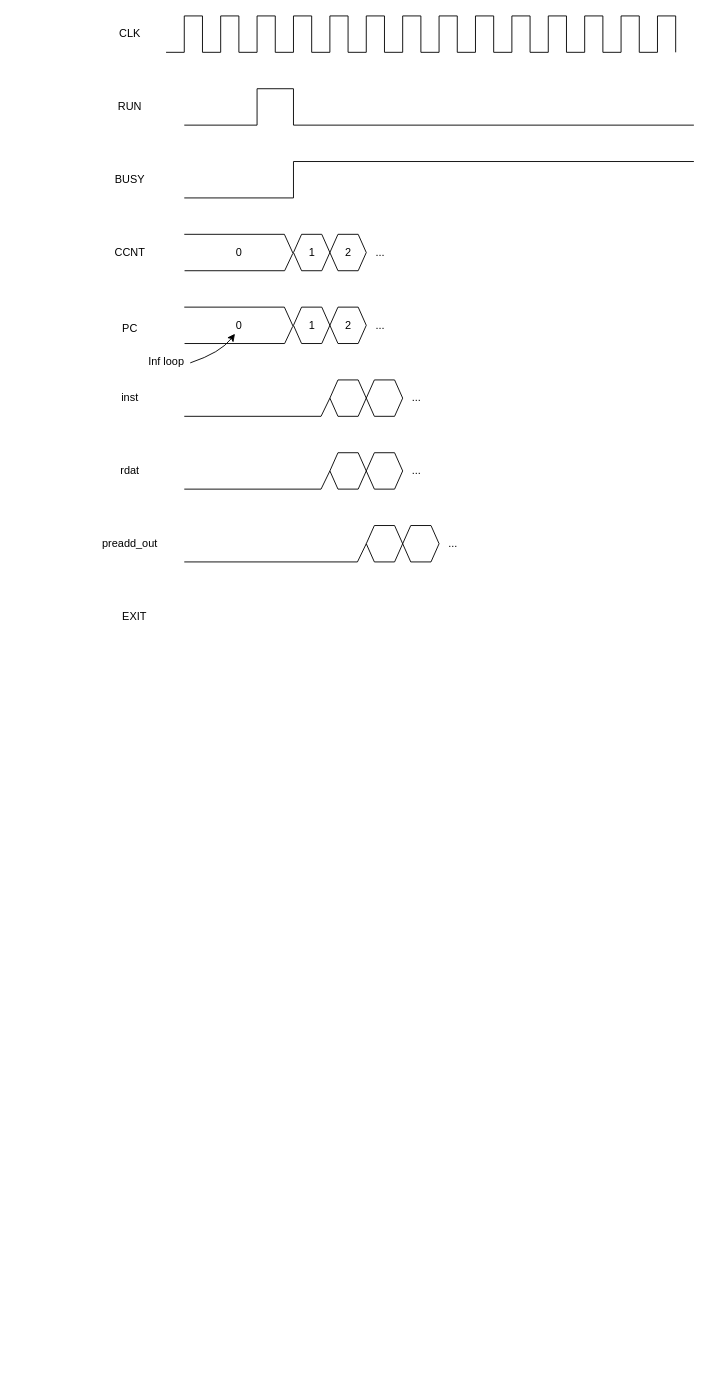
The draw.io diagram page "TimingChart" (4 of 4) of src/fig.dio in ankoman/HTBPA, before the edit. Source tidied: cells renumbered, new cells numbered last; positions are measured from the earlier drawing's top-left corner, leaving out a move shared by most shapes. Both pictures are drawn from the tidied source at 91%, with x=0, y=0 at pixel (93, 15).
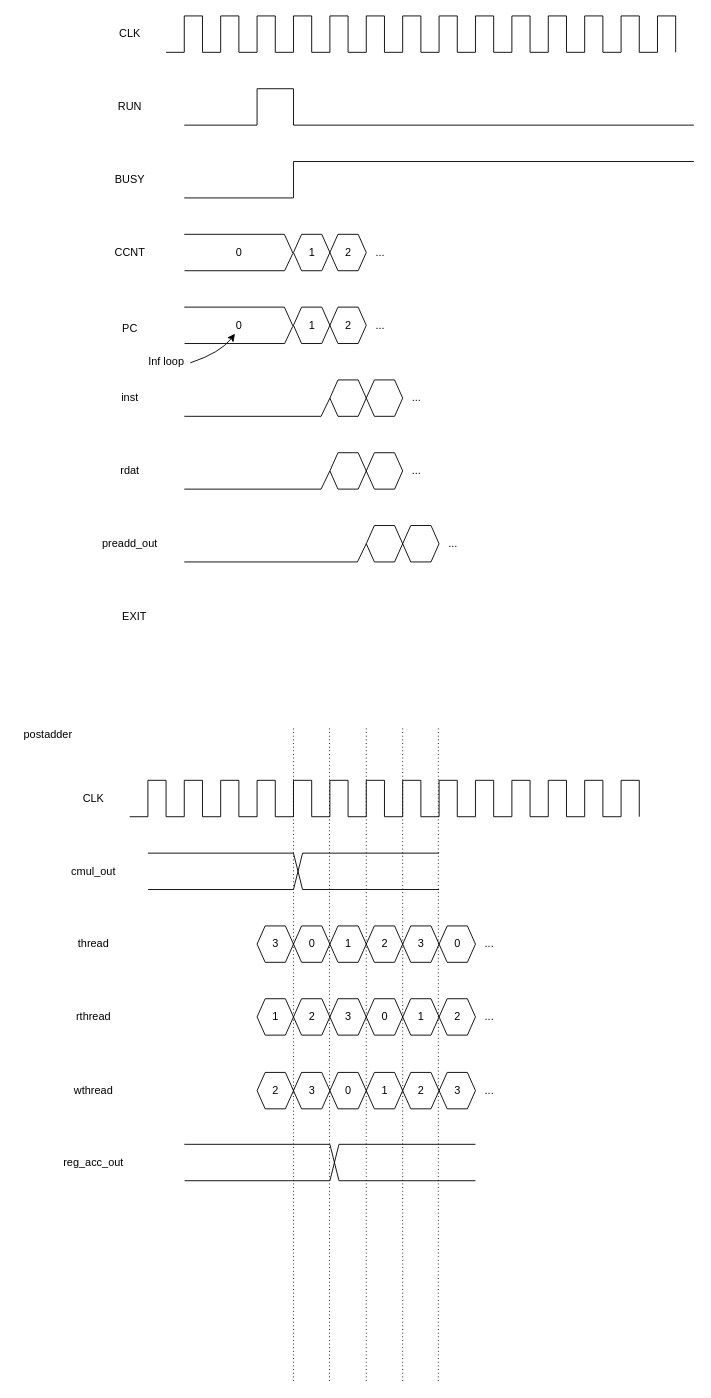
The same page after the edit.

The edit, as a diff of the source:
```diff
@@
+    <mxCell id="50" style="verticalLabelPosition=bottom;shadow=0;dashed=0;align=center;html=1;verticalAlign=top;shape=mxgraph.electrical.waveforms.slow_square_wave;" parent="1" vertex="1">
+      <mxGeometry x="180" y="1080" width="80" height="40" as="geometry" />
+    </mxCell>
+    <mxCell id="51" style="verticalLabelPosition=bottom;shadow=0;dashed=0;align=center;html=1;verticalAlign=top;shape=mxgraph.electrical.waveforms.slow_square_wave;flipV=1;" parent="1" vertex="1">
+      <mxGeometry x="180" y="1080" width="80" height="40" as="geometry" />
+    </mxCell>
@@
+    <mxCell id="52" style="endArrow=none;html=1;rounded=0;" parent="1" edge="1">
+      <mxGeometry relative="1" as="geometry">
+        <mxPoint x="40" y="880" as="sourcePoint" />
+        <mxPoint x="120" y="880" as="targetPoint" />
+        <Array as="points">
+          <mxPoint x="60" y="880" />
+          <mxPoint x="60" y="840" />
+          <mxPoint x="80" y="840" />
+          <mxPoint x="80" y="880" />
+          <mxPoint x="100" y="880" />
+          <mxPoint x="100" y="840" />
+          <mxPoint x="120" y="840" />
+          <mxPoint x="120" y="880" />
+        </Array>
+      </mxGeometry>
+    </mxCell>
+    <mxCell id="53" value="CLK" style="text;html=1;align=center;verticalAlign=middle;strokeColor=none;fillColor=none;" parent="1" vertex="1">
+      <mxGeometry x="-20" y="850" width="40" height="20" as="geometry" />
+    </mxCell>
+    <mxCell id="54" style="endArrow=none;html=1;rounded=0;" parent="1" edge="1">
+      <mxGeometry relative="1" as="geometry">
+        <mxPoint x="120" y="880" as="sourcePoint" />
+        <mxPoint x="200" y="880" as="targetPoint" />
+        <Array as="points">
+          <mxPoint x="140" y="880" />
+          <mxPoint x="140" y="840" />
+          <mxPoint x="160" y="840" />
+          <mxPoint x="160" y="880" />
+          <mxPoint x="180" y="880" />
+          <mxPoint x="180" y="840" />
+          <mxPoint x="200" y="840" />
+          <mxPoint x="200" y="880" />
+        </Array>
+      </mxGeometry>
+    </mxCell>
+    <mxCell id="55" style="endArrow=none;html=1;rounded=0;" parent="1" edge="1">
+      <mxGeometry relative="1" as="geometry">
+        <mxPoint x="200" y="880" as="sourcePoint" />
+        <mxPoint x="280" y="880" as="targetPoint" />
+        <Array as="points">
+          <mxPoint x="220" y="880" />
+          <mxPoint x="220" y="840" />
+          <mxPoint x="240" y="840" />
+          <mxPoint x="240" y="880" />
+          <mxPoint x="260" y="880" />
+          <mxPoint x="260" y="840" />
+          <mxPoint x="280" y="840" />
+          <mxPoint x="280" y="880" />
+        </Array>
+      </mxGeometry>
+    </mxCell>
+    <mxCell id="56" style="endArrow=none;html=1;rounded=0;" parent="1" edge="1">
+      <mxGeometry relative="1" as="geometry">
+        <mxPoint x="280" y="880" as="sourcePoint" />
+        <mxPoint x="360" y="880" as="targetPoint" />
+        <Array as="points">
+          <mxPoint x="300" y="880" />
+          <mxPoint x="300" y="840" />
+          <mxPoint x="320" y="840" />
+          <mxPoint x="320" y="880" />
+          <mxPoint x="340" y="880" />
+          <mxPoint x="340" y="840" />
+          <mxPoint x="360" y="840" />
+          <mxPoint x="360" y="880" />
+        </Array>
+      </mxGeometry>
+    </mxCell>
+    <mxCell id="57" style="endArrow=none;html=1;rounded=0;" parent="1" edge="1">
+      <mxGeometry relative="1" as="geometry">
+        <mxPoint x="360" y="880" as="sourcePoint" />
+        <mxPoint x="440" y="880" as="targetPoint" />
+        <Array as="points">
+          <mxPoint x="380" y="880" />
+          <mxPoint x="380" y="840" />
+          <mxPoint x="400" y="840" />
+          <mxPoint x="400" y="880" />
+          <mxPoint x="420" y="880" />
+          <mxPoint x="420" y="840" />
+          <mxPoint x="440" y="840" />
+          <mxPoint x="440" y="880" />
+        </Array>
+      </mxGeometry>
+    </mxCell>
+    <mxCell id="58" style="endArrow=none;html=1;rounded=0;" parent="1" edge="1">
+      <mxGeometry relative="1" as="geometry">
+        <mxPoint x="440" y="880" as="sourcePoint" />
+        <mxPoint x="520" y="880" as="targetPoint" />
+        <Array as="points">
+          <mxPoint x="460" y="880" />
+          <mxPoint x="460" y="840" />
+          <mxPoint x="480" y="840" />
+          <mxPoint x="480" y="880" />
+          <mxPoint x="500" y="880" />
+          <mxPoint x="500" y="840" />
+          <mxPoint x="520" y="840" />
+          <mxPoint x="520" y="880" />
+        </Array>
+      </mxGeometry>
+    </mxCell>
+    <mxCell id="59" style="endArrow=none;html=1;rounded=0;" parent="1" edge="1">
+      <mxGeometry relative="1" as="geometry">
+        <mxPoint x="520" y="880" as="sourcePoint" />
+        <mxPoint x="600" y="880" as="targetPoint" />
+        <Array as="points">
+          <mxPoint x="540" y="880" />
+          <mxPoint x="540" y="840" />
+          <mxPoint x="560" y="840" />
+          <mxPoint x="560" y="880" />
+          <mxPoint x="580" y="880" />
+          <mxPoint x="580" y="840" />
+          <mxPoint x="600" y="840" />
+          <mxPoint x="600" y="880" />
+        </Array>
+      </mxGeometry>
+    </mxCell>
+    <mxCell id="60" value="cmul_out" style="text;html=1;align=center;verticalAlign=middle;strokeColor=none;fillColor=none;" parent="1" vertex="1">
+      <mxGeometry x="-30" y="930" width="60" height="20" as="geometry" />
+    </mxCell>
+    <mxCell id="61" value="thread" style="text;html=1;align=center;verticalAlign=middle;strokeColor=none;fillColor=none;" parent="1" vertex="1">
+      <mxGeometry x="-25" y="1010" width="50" height="20" as="geometry" />
+    </mxCell>
+    <mxCell id="62" style="endArrow=none;html=1;rounded=0;sketch=0;" parent="1" edge="1">
+      <mxGeometry relative="1" as="geometry">
+        <mxPoint x="60.3" y="960" as="sourcePoint" />
+        <mxPoint x="380" y="920" as="targetPoint" />
+        <Array as="points">
+          <mxPoint x="220" y="960" />
+          <mxPoint x="230" y="920" />
+        </Array>
+      </mxGeometry>
+    </mxCell>
+    <mxCell id="63" style="verticalLabelPosition=bottom;shadow=0;dashed=0;align=center;html=1;verticalAlign=top;shape=mxgraph.electrical.waveforms.slow_square_wave;" parent="1" vertex="1">
+      <mxGeometry x="260" y="1000" width="80" height="40" as="geometry" />
+    </mxCell>
+    <mxCell id="64" style="verticalLabelPosition=bottom;shadow=0;dashed=0;align=center;html=1;verticalAlign=top;shape=mxgraph.electrical.waveforms.slow_square_wave;flipV=1;" parent="1" vertex="1">
+      <mxGeometry x="260" y="1000" width="80" height="40" as="geometry" />
+    </mxCell>
+    <mxCell id="65" value="1" style="text;html=1;align=center;verticalAlign=middle;strokeColor=none;fillColor=none;" parent="1" vertex="1">
+      <mxGeometry x="270" y="1010" width="20" height="20" as="geometry" />
+    </mxCell>
+    <mxCell id="66" value="2" style="text;html=1;align=center;verticalAlign=middle;strokeColor=none;fillColor=none;" parent="1" vertex="1">
+      <mxGeometry x="310" y="1010" width="20" height="20" as="geometry" />
+    </mxCell>
+    <mxCell id="67" value="..." style="text;html=1;align=center;verticalAlign=middle;strokeColor=none;fillColor=none;" parent="1" vertex="1">
+      <mxGeometry x="420" y="1010" width="30" height="20" as="geometry" />
+    </mxCell>
+    <mxCell id="68" value="3" style="text;html=1;align=center;verticalAlign=middle;strokeColor=none;fillColor=none;" parent="1" vertex="1">
+      <mxGeometry x="190" y="1010" width="20" height="20" as="geometry" />
+    </mxCell>
+    <mxCell id="69" value="postadder" style="text;html=1;align=center;verticalAlign=middle;strokeColor=none;fillColor=none;" parent="1" vertex="1">
+      <mxGeometry x="-85" y="780" width="70" height="20" as="geometry" />
+    </mxCell>
+    <mxCell id="70" style="endArrow=none;html=1;rounded=0;sketch=0;orthogonal=0;" parent="1" edge="1">
+      <mxGeometry relative="1" as="geometry">
+        <mxPoint x="60" y="920" as="sourcePoint" />
+        <mxPoint x="380" y="960" as="targetPoint" />
+        <Array as="points">
+          <mxPoint x="220" y="920" />
+          <mxPoint x="230" y="960" />
+        </Array>
+      </mxGeometry>
+    </mxCell>
+    <mxCell id="71" style="verticalLabelPosition=bottom;shadow=0;dashed=0;align=center;html=1;verticalAlign=top;shape=mxgraph.electrical.waveforms.slow_square_wave;" parent="1" vertex="1">
+      <mxGeometry x="180" y="1000" width="80" height="40" as="geometry" />
+    </mxCell>
+    <mxCell id="72" style="verticalLabelPosition=bottom;shadow=0;dashed=0;align=center;html=1;verticalAlign=top;shape=mxgraph.electrical.waveforms.slow_square_wave;flipV=1;" parent="1" vertex="1">
+      <mxGeometry x="180" y="1000" width="80" height="40" as="geometry" />
+    </mxCell>
+    <mxCell id="73" value="0" style="text;html=1;align=center;verticalAlign=middle;strokeColor=none;fillColor=none;" parent="1" vertex="1">
+      <mxGeometry x="230" y="1010" width="20" height="20" as="geometry" />
+    </mxCell>
+    <mxCell id="74" style="verticalLabelPosition=bottom;shadow=0;dashed=0;align=center;html=1;verticalAlign=top;shape=mxgraph.electrical.waveforms.slow_square_wave;" parent="1" vertex="1">
+      <mxGeometry x="340" y="1000" width="80" height="40" as="geometry" />
+    </mxCell>
+    <mxCell id="75" style="verticalLabelPosition=bottom;shadow=0;dashed=0;align=center;html=1;verticalAlign=top;shape=mxgraph.electrical.waveforms.slow_square_wave;flipV=1;" parent="1" vertex="1">
+      <mxGeometry x="340" y="1000" width="80" height="40" as="geometry" />
+    </mxCell>
+    <mxCell id="76" value="3" style="text;html=1;align=center;verticalAlign=middle;strokeColor=none;fillColor=none;" parent="1" vertex="1">
+      <mxGeometry x="350" y="1010" width="20" height="20" as="geometry" />
+    </mxCell>
+    <mxCell id="77" value="0" style="text;html=1;align=center;verticalAlign=middle;strokeColor=none;fillColor=none;" parent="1" vertex="1">
+      <mxGeometry x="390" y="1010" width="20" height="20" as="geometry" />
+    </mxCell>
+    <mxCell id="78" value="rthread" style="text;html=1;align=center;verticalAlign=middle;strokeColor=none;fillColor=none;" parent="1" vertex="1">
+      <mxGeometry x="-25" y="1090" width="50" height="20" as="geometry" />
+    </mxCell>
+    <mxCell id="79" style="verticalLabelPosition=bottom;shadow=0;dashed=0;align=center;html=1;verticalAlign=top;shape=mxgraph.electrical.waveforms.slow_square_wave;" parent="1" vertex="1">
+      <mxGeometry x="260" y="1080" width="80" height="40" as="geometry" />
+    </mxCell>
+    <mxCell id="80" style="verticalLabelPosition=bottom;shadow=0;dashed=0;align=center;html=1;verticalAlign=top;shape=mxgraph.electrical.waveforms.slow_square_wave;flipV=1;" parent="1" vertex="1">
+      <mxGeometry x="260" y="1080" width="80" height="40" as="geometry" />
+    </mxCell>
+    <mxCell id="81" value="3" style="text;html=1;align=center;verticalAlign=middle;strokeColor=none;fillColor=none;" parent="1" vertex="1">
+      <mxGeometry x="270" y="1090" width="20" height="20" as="geometry" />
+    </mxCell>
+    <mxCell id="82" value="0" style="text;html=1;align=center;verticalAlign=middle;strokeColor=none;fillColor=none;" parent="1" vertex="1">
+      <mxGeometry x="310" y="1090" width="20" height="20" as="geometry" />
+    </mxCell>
+    <mxCell id="83" value="..." style="text;html=1;align=center;verticalAlign=middle;strokeColor=none;fillColor=none;" parent="1" vertex="1">
+      <mxGeometry x="420" y="1090" width="30" height="20" as="geometry" />
+    </mxCell>
+    <mxCell id="84" value="1" style="text;html=1;align=center;verticalAlign=middle;strokeColor=none;fillColor=none;" parent="1" vertex="1">
+      <mxGeometry x="190" y="1090" width="20" height="20" as="geometry" />
+    </mxCell>
+    <mxCell id="85" value="2" style="text;html=1;align=center;verticalAlign=middle;strokeColor=none;fillColor=none;" parent="1" vertex="1">
+      <mxGeometry x="230" y="1090" width="20" height="20" as="geometry" />
+    </mxCell>
+    <mxCell id="86" style="verticalLabelPosition=bottom;shadow=0;dashed=0;align=center;html=1;verticalAlign=top;shape=mxgraph.electrical.waveforms.slow_square_wave;" parent="1" vertex="1">
+      <mxGeometry x="340" y="1080" width="80" height="40" as="geometry" />
+    </mxCell>
+    <mxCell id="87" style="verticalLabelPosition=bottom;shadow=0;dashed=0;align=center;html=1;verticalAlign=top;shape=mxgraph.electrical.waveforms.slow_square_wave;flipV=1;" parent="1" vertex="1">
+      <mxGeometry x="340" y="1080" width="80" height="40" as="geometry" />
+    </mxCell>
+    <mxCell id="88" value="1" style="text;html=1;align=center;verticalAlign=middle;strokeColor=none;fillColor=none;" parent="1" vertex="1">
+      <mxGeometry x="350" y="1090" width="20" height="20" as="geometry" />
+    </mxCell>
+    <mxCell id="89" value="2" style="text;html=1;align=center;verticalAlign=middle;strokeColor=none;fillColor=none;" parent="1" vertex="1">
+      <mxGeometry x="390" y="1090" width="20" height="20" as="geometry" />
+    </mxCell>
+    <mxCell id="90" style="endArrow=none;dashed=1;html=1;dashPattern=1 3;strokeWidth=1;" parent="1" edge="1">
+      <mxGeometry relative="1" as="geometry">
+        <mxPoint x="220" y="1500" as="sourcePoint" />
+        <mxPoint x="220" y="780" as="targetPoint" />
+      </mxGeometry>
+    </mxCell>
+    <mxCell id="91" style="verticalLabelPosition=bottom;shadow=0;dashed=0;align=center;html=1;verticalAlign=top;shape=mxgraph.electrical.waveforms.slow_square_wave;" parent="1" vertex="1">
+      <mxGeometry x="180" y="1161" width="80" height="40" as="geometry" />
+    </mxCell>
+    <mxCell id="92" style="verticalLabelPosition=bottom;shadow=0;dashed=0;align=center;html=1;verticalAlign=top;shape=mxgraph.electrical.waveforms.slow_square_wave;flipV=1;" parent="1" vertex="1">
+      <mxGeometry x="180" y="1161" width="80" height="40" as="geometry" />
+    </mxCell>
+    <mxCell id="93" value="wthread" style="text;html=1;align=center;verticalAlign=middle;strokeColor=none;fillColor=none;" parent="1" vertex="1">
+      <mxGeometry x="-30" y="1171" width="60" height="20" as="geometry" />
+    </mxCell>
+    <mxCell id="94" style="verticalLabelPosition=bottom;shadow=0;dashed=0;align=center;html=1;verticalAlign=top;shape=mxgraph.electrical.waveforms.slow_square_wave;" parent="1" vertex="1">
+      <mxGeometry x="260" y="1161" width="80" height="40" as="geometry" />
+    </mxCell>
+    <mxCell id="95" style="verticalLabelPosition=bottom;shadow=0;dashed=0;align=center;html=1;verticalAlign=top;shape=mxgraph.electrical.waveforms.slow_square_wave;flipV=1;" parent="1" vertex="1">
+      <mxGeometry x="260" y="1161" width="80" height="40" as="geometry" />
+    </mxCell>
+    <mxCell id="96" value="0" style="text;html=1;align=center;verticalAlign=middle;strokeColor=none;fillColor=none;" parent="1" vertex="1">
+      <mxGeometry x="270" y="1171" width="20" height="20" as="geometry" />
+    </mxCell>
+    <mxCell id="97" value="1" style="text;html=1;align=center;verticalAlign=middle;strokeColor=none;fillColor=none;" parent="1" vertex="1">
+      <mxGeometry x="310" y="1171" width="20" height="20" as="geometry" />
+    </mxCell>
+    <mxCell id="98" value="..." style="text;html=1;align=center;verticalAlign=middle;strokeColor=none;fillColor=none;" parent="1" vertex="1">
+      <mxGeometry x="420" y="1171" width="30" height="20" as="geometry" />
+    </mxCell>
+    <mxCell id="99" value="2" style="text;html=1;align=center;verticalAlign=middle;strokeColor=none;fillColor=none;" parent="1" vertex="1">
+      <mxGeometry x="190" y="1171" width="20" height="20" as="geometry" />
+    </mxCell>
+    <mxCell id="100" value="3" style="text;html=1;align=center;verticalAlign=middle;strokeColor=none;fillColor=none;" parent="1" vertex="1">
+      <mxGeometry x="230" y="1171" width="20" height="20" as="geometry" />
+    </mxCell>
+    <mxCell id="101" style="verticalLabelPosition=bottom;shadow=0;dashed=0;align=center;html=1;verticalAlign=top;shape=mxgraph.electrical.waveforms.slow_square_wave;" parent="1" vertex="1">
+      <mxGeometry x="340" y="1161" width="80" height="40" as="geometry" />
+    </mxCell>
+    <mxCell id="102" style="verticalLabelPosition=bottom;shadow=0;dashed=0;align=center;html=1;verticalAlign=top;shape=mxgraph.electrical.waveforms.slow_square_wave;flipV=1;" parent="1" vertex="1">
+      <mxGeometry x="340" y="1161" width="80" height="40" as="geometry" />
+    </mxCell>
+    <mxCell id="103" value="2" style="text;html=1;align=center;verticalAlign=middle;strokeColor=none;fillColor=none;" parent="1" vertex="1">
+      <mxGeometry x="350" y="1171" width="20" height="20" as="geometry" />
+    </mxCell>
+    <mxCell id="104" value="3" style="text;html=1;align=center;verticalAlign=middle;strokeColor=none;fillColor=none;" parent="1" vertex="1">
+      <mxGeometry x="390" y="1171" width="20" height="20" as="geometry" />
+    </mxCell>
+    <mxCell id="105" style="endArrow=none;dashed=1;html=1;dashPattern=1 3;strokeWidth=1;" parent="1" edge="1">
+      <mxGeometry relative="1" as="geometry">
+        <mxPoint x="379.2" y="1500" as="sourcePoint" />
+        <mxPoint x="379.2" y="780" as="targetPoint" />
+      </mxGeometry>
+    </mxCell>
+    <mxCell id="106" value="reg_acc_out" style="text;html=1;align=center;verticalAlign=middle;strokeColor=none;fillColor=none;" parent="1" vertex="1">
+      <mxGeometry x="-40" y="1250" width="80" height="20" as="geometry" />
+    </mxCell>
+    <mxCell id="107" style="endArrow=none;html=1;rounded=0;sketch=0;" parent="1" edge="1">
+      <mxGeometry relative="1" as="geometry">
+        <mxPoint x="100.3" y="1280" as="sourcePoint" />
+        <mxPoint x="420" y="1240" as="targetPoint" />
+        <Array as="points">
+          <mxPoint x="260" y="1280" />
+          <mxPoint x="270" y="1240" />
+        </Array>
+      </mxGeometry>
+    </mxCell>
+    <mxCell id="108" style="endArrow=none;html=1;rounded=0;sketch=0;orthogonal=0;" parent="1" edge="1">
+      <mxGeometry relative="1" as="geometry">
+        <mxPoint x="100" y="1240" as="sourcePoint" />
+        <mxPoint x="420" y="1280" as="targetPoint" />
+        <Array as="points">
+          <mxPoint x="260" y="1240" />
+          <mxPoint x="270" y="1280" />
+        </Array>
+      </mxGeometry>
+    </mxCell>
+    <mxCell id="109" style="endArrow=none;dashed=1;html=1;dashPattern=1 3;strokeWidth=1;" parent="1" edge="1">
+      <mxGeometry relative="1" as="geometry">
+        <mxPoint x="259.6" y="1500" as="sourcePoint" />
+        <mxPoint x="259.6" y="780" as="targetPoint" />
+      </mxGeometry>
+    </mxCell>
+    <mxCell id="110" style="endArrow=none;dashed=1;html=1;dashPattern=1 3;strokeWidth=1;" parent="1" edge="1">
+      <mxGeometry relative="1" as="geometry">
+        <mxPoint x="300" y="1500" as="sourcePoint" />
+        <mxPoint x="300" y="780" as="targetPoint" />
+      </mxGeometry>
+    </mxCell>
+    <mxCell id="111" style="endArrow=none;dashed=1;html=1;dashPattern=1 3;strokeWidth=1;" parent="1" edge="1">
+      <mxGeometry relative="1" as="geometry">
+        <mxPoint x="340" y="1500" as="sourcePoint" />
+        <mxPoint x="340" y="780" as="targetPoint" />
+      </mxGeometry>
+    </mxCell>
```
